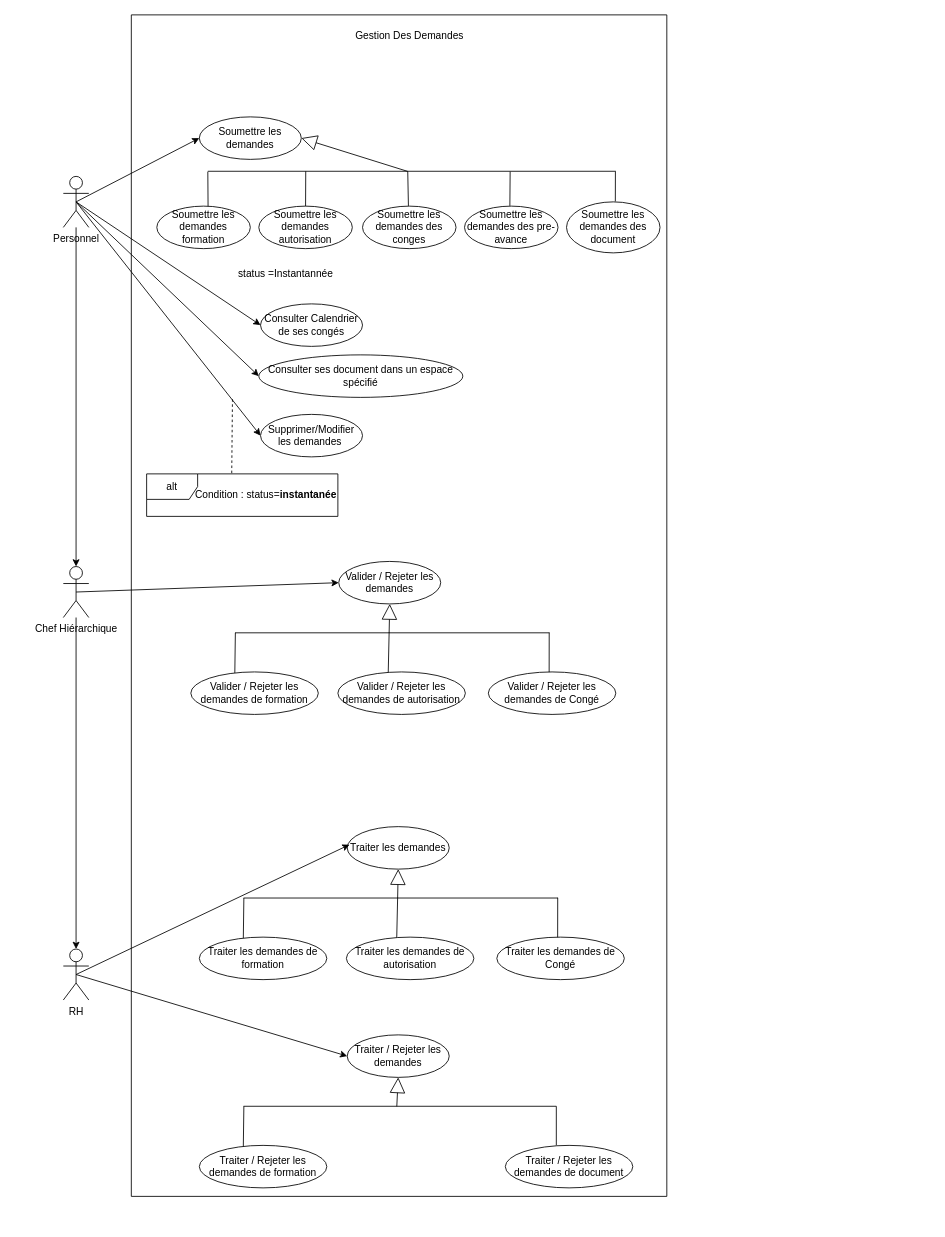
Earlier version of the draw.io diagram use-case-s2.drawio (PORTAIL-RH/Portail-RH-Mobile). Source tidied: cells renumbered, new cells numbered last; positions are measured from the earlier drawing's top-left corner, leaving out a move shared by most shapes. Both pictures are drawn from the tidied source at 85%, with x=0, y=0 at pixel (63, 14).
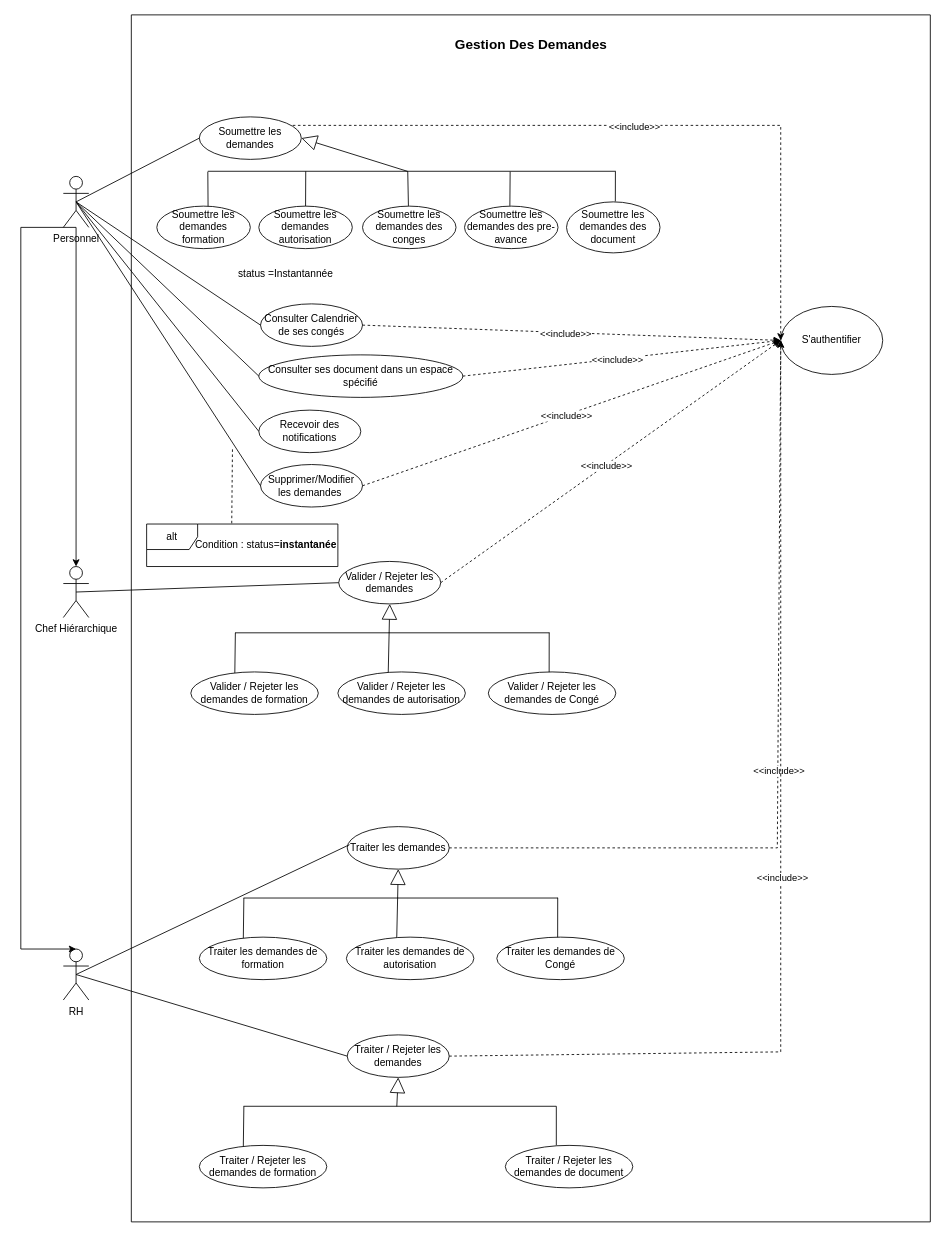
The same diagram, later.

Commit message:
Mettre à jour use-case-s2.drawio

Unchanged cells that the change refers to:
```xml
<mxCell id="9" value="Soumettre les demandes" style="ellipse;whiteSpace=wrap;html=1;" parent="2" vertex="1">
  <mxGeometry x="80" y="120" width="120" height="50" as="geometry" />
</mxCell>
<mxCell id="22" value="Valider / Rejeter les demandes" style="ellipse;whiteSpace=wrap;html=1;" parent="2" vertex="1">
  <mxGeometry x="244" y="643" width="120" height="50" as="geometry" />
</mxCell>
<mxCell id="31" value="Traiter les demandes" style="ellipse;whiteSpace=wrap;html=1;" parent="2" vertex="1">
  <mxGeometry x="254" y="955" width="120" height="50" as="geometry" />
</mxCell>
<mxCell id="40" value="Traiter / Rejeter les demandes" style="ellipse;whiteSpace=wrap;html=1;" parent="2" vertex="1">
  <mxGeometry x="254" y="1200" width="120" height="50" as="geometry" />
</mxCell>
<mxCell id="47" value="Consulter ses document dans un espace spécifié" style="ellipse;whiteSpace=wrap;html=1;" parent="2" vertex="1">
  <mxGeometry x="150" y="400" width="240" height="50" as="geometry" />
</mxCell>
<mxCell id="48" value="Consulter Calendrier de ses congés" style="ellipse;whiteSpace=wrap;html=1;" parent="2" vertex="1">
  <mxGeometry x="152" y="340" width="120" height="50" as="geometry" />
</mxCell>
<mxCell id="49" value="Personnel" style="shape=umlActor;verticalLabelPosition=bottom;verticalAlign=top;html=1;outlineConnect=0;" parent="1" vertex="1">
  <mxGeometry y="190" width="30" height="60" as="geometry" />
</mxCell>
<mxCell id="50" value="Chef Hiérarchique" style="shape=umlActor;verticalLabelPosition=bottom;verticalAlign=top;html=1;outlineConnect=0;" parent="1" vertex="1">
  <mxGeometry y="649" width="30" height="60" as="geometry" />
</mxCell>
<mxCell id="51" value="RH" style="shape=umlActor;verticalLabelPosition=bottom;verticalAlign=top;html=1;outlineConnect=0;" parent="1" vertex="1">
  <mxGeometry y="1099" width="30" height="60" as="geometry" />
</mxCell>
```

What changed in the source:
```diff
@@
     <mxCell id="2" style="swimlane;startSize=0;" parent="1" vertex="1">
-      <mxGeometry x="80" width="630" height="1390" as="geometry" />
+      <mxGeometry x="80" width="940" height="1420" as="geometry" />
     </mxCell>
-    <mxCell id="3" value="Gestion Des Demandes" style="text;html=1;align=center;verticalAlign=middle;strokeColor=none;fillColor=none;" parent="2" vertex="1">
-      <mxGeometry x="252" y="10" width="150" height="30" as="geometry" />
+    <mxCell id="3" value="Gestion Des Demandes" style="text;html=1;align=center;verticalAlign=middle;strokeColor=none;fillColor=none;fontStyle=1;fontSize=16;" parent="2" vertex="1">
+      <mxGeometry x="375" y="20" width="190" height="30" as="geometry" />
     </mxCell>
@@
     <mxCell id="17" value="Supprimer/Modifier les demandes&amp;nbsp;" style="ellipse;whiteSpace=wrap;html=1;" parent="2" vertex="1">
-      <mxGeometry x="152" y="470" width="120" height="50" as="geometry" />
+      <mxGeometry x="152" y="529" width="120" height="50" as="geometry" />
     </mxCell>
     <mxCell id="18" value="alt" style="shape=umlFrame;whiteSpace=wrap;html=1;" parent="2" vertex="1">
-      <mxGeometry x="18" y="540" width="225" height="50" as="geometry" />
+      <mxGeometry x="18" y="599" width="225" height="50" as="geometry" />
     </mxCell>
@@
     <mxCell id="20" value="Condition : status=&lt;strong&gt;instantanée&lt;/strong&gt;" style="text;html=1;align=center;verticalAlign=middle;strokeColor=none;fillColor=none;" parent="2" vertex="1">
-      <mxGeometry x="62.5" y="550" width="190" height="30" as="geometry" />
+      <mxGeometry x="62.5" y="609" width="190" height="30" as="geometry" />
     </mxCell>
     <mxCell id="21" style="endArrow=none;dashed=1;html=1;rounded=0;exitX=0.445;exitY=-0.017;exitDx=0;exitDy=0;exitPerimeter=0;" parent="2" edge="1" source="18">
       <mxGeometry relative="1" as="geometry">
-        <mxPoint x="119" y="450" as="targetPoint" />
+        <mxPoint x="119" y="509" as="targetPoint" />
       </mxGeometry>
     </mxCell>
@@
+    <mxCell id="61" value="S'authentifier" style="ellipse;whiteSpace=wrap;html=1;" parent="2" vertex="1">
+      <mxGeometry x="764" y="343" width="120" height="80" as="geometry" />
+    </mxCell>
+    <mxCell id="62" style="endArrow=classic;dashed=1;html=1;rounded=0;endFill=1;entryX=0;entryY=0.5;entryDx=0;entryDy=0;" parent="2" edge="1" target="61">
+      <mxGeometry relative="1" as="geometry">
+        <mxPoint x="190" y="130" as="sourcePoint" />
+        <Array as="points">
+          <mxPoint x="764" y="130" />
+        </Array>
+      </mxGeometry>
+    </mxCell>
+    <mxCell id="63" value="&amp;lt;&amp;lt;include&amp;gt;&amp;gt;" style="edgeLabel;html=1;align=center;verticalAlign=middle;" parent="62" vertex="1">
+      <mxGeometry x="-0.03" y="-1" relative="1" as="geometry" />
+    </mxCell>
+    <mxCell id="64" style="endArrow=classic;dashed=1;html=1;rounded=0;exitX=1;exitY=0.5;exitDx=0;exitDy=0;endFill=1;entryX=0;entryY=0.5;entryDx=0;entryDy=0;" parent="2" edge="1" source="48" target="61">
+      <mxGeometry relative="1" as="geometry" />
+    </mxCell>
+    <mxCell id="65" value="&amp;lt;&amp;lt;include&amp;gt;&amp;gt;" style="edgeLabel;html=1;align=center;verticalAlign=middle;" parent="64" vertex="1">
+      <mxGeometry x="-0.03" y="-1" relative="1" as="geometry" />
+    </mxCell>
+    <mxCell id="66" style="endArrow=classic;dashed=1;html=1;rounded=0;exitX=1;exitY=0.5;exitDx=0;exitDy=0;endFill=1;" parent="2" edge="1" source="47">
+      <mxGeometry relative="1" as="geometry">
+        <mxPoint x="764" y="383" as="targetPoint" />
+      </mxGeometry>
+    </mxCell>
+    <mxCell id="67" value="&amp;lt;&amp;lt;include&amp;gt;&amp;gt;" style="edgeLabel;html=1;align=center;verticalAlign=middle;" parent="66" vertex="1">
+      <mxGeometry x="-0.03" y="-1" relative="1" as="geometry" />
+    </mxCell>
+    <mxCell id="68" style="endArrow=classic;dashed=1;html=1;rounded=0;exitX=1;exitY=0.5;exitDx=0;exitDy=0;endFill=1;entryX=0;entryY=0.5;entryDx=0;entryDy=0;" parent="2" edge="1" source="17" target="61">
+      <mxGeometry relative="1" as="geometry" />
+    </mxCell>
+    <mxCell id="69" value="&amp;lt;&amp;lt;include&amp;gt;&amp;gt;" style="edgeLabel;html=1;align=center;verticalAlign=middle;" parent="68" vertex="1">
+      <mxGeometry x="-0.03" y="-1" relative="1" as="geometry" />
+    </mxCell>
+    <mxCell id="70" style="endArrow=classic;dashed=1;html=1;rounded=0;exitX=1;exitY=0.5;exitDx=0;exitDy=0;endFill=1;entryX=0;entryY=0.5;entryDx=0;entryDy=0;" parent="2" edge="1" source="22" target="61">
+      <mxGeometry relative="1" as="geometry" />
+    </mxCell>
+    <mxCell id="71" value="&amp;lt;&amp;lt;include&amp;gt;&amp;gt;" style="edgeLabel;html=1;align=center;verticalAlign=middle;" parent="70" vertex="1">
+      <mxGeometry x="-0.03" y="-1" relative="1" as="geometry" />
+    </mxCell>
+    <mxCell id="72" style="endArrow=classic;dashed=1;html=1;rounded=0;exitX=1;exitY=0.5;exitDx=0;exitDy=0;endFill=1;entryX=0;entryY=0.5;entryDx=0;entryDy=0;" parent="2" edge="1" source="31" target="61">
+      <mxGeometry relative="1" as="geometry">
+        <Array as="points">
+          <mxPoint x="760" y="980" />
+        </Array>
+      </mxGeometry>
+    </mxCell>
+    <mxCell id="73" value="&amp;lt;&amp;lt;include&amp;gt;&amp;gt;" style="edgeLabel;html=1;align=center;verticalAlign=middle;" parent="72" vertex="1">
+      <mxGeometry x="-0.03" y="-1" relative="1" as="geometry" />
+    </mxCell>
+    <mxCell id="74" style="endArrow=classic;dashed=1;html=1;rounded=0;exitX=1;exitY=0.5;exitDx=0;exitDy=0;endFill=1;entryX=0;entryY=0.5;entryDx=0;entryDy=0;" parent="2" edge="1" source="40" target="61">
+      <mxGeometry relative="1" as="geometry">
+        <Array as="points">
+          <mxPoint x="764" y="1220" />
+        </Array>
+      </mxGeometry>
+    </mxCell>
+    <mxCell id="75" value="&amp;lt;&amp;lt;include&amp;gt;&amp;gt;" style="edgeLabel;html=1;align=center;verticalAlign=middle;" parent="74" vertex="1">
+      <mxGeometry x="-0.03" y="-1" relative="1" as="geometry" />
+    </mxCell>
+    <mxCell id="76" value="Recevoir des notifications" style="ellipse;whiteSpace=wrap;html=1;" parent="2" vertex="1">
+      <mxGeometry x="150" y="465" width="120" height="50" as="geometry" />
+    </mxCell>
@@
-    <mxCell id="52" style="endArrow=classic;html=1;rounded=0;exitX=0.5;exitY=0.5;exitDx=0;exitDy=0;exitPerimeter=0;entryX=0;entryY=0.5;entryDx=0;entryDy=0;" parent="1" edge="1" source="49" target="9">
+    <mxCell id="52" style="endArrow=none;html=1;rounded=0;exitX=0.5;exitY=0.5;exitDx=0;exitDy=0;exitPerimeter=0;entryX=0;entryY=0.5;entryDx=0;entryDy=0;startFill=0;" parent="1" edge="1" source="49" target="9">
       <mxGeometry relative="1" as="geometry" />
     </mxCell>
-    <mxCell id="53" style="endArrow=classic;html=1;rounded=0;exitX=0.5;exitY=0.5;exitDx=0;exitDy=0;exitPerimeter=0;entryX=0;entryY=0.5;entryDx=0;entryDy=0;" parent="1" edge="1" source="49" target="17">
+    <mxCell id="53" style="endArrow=none;html=1;rounded=0;exitX=0.5;exitY=0.5;exitDx=0;exitDy=0;exitPerimeter=0;entryX=0;entryY=0.5;entryDx=0;entryDy=0;startFill=0;" parent="1" edge="1" source="49" target="17">
       <mxGeometry relative="1" as="geometry" />
     </mxCell>
@@
-    <mxCell id="55" style="endArrow=classic;html=1;rounded=0;entryX=0.5;entryY=0;entryDx=0;entryDy=0;entryPerimeter=0;" parent="1" edge="1" source="50" target="51">
-      <mxGeometry relative="1" as="geometry" />
+    <mxCell id="55" style="endArrow=classic;html=1;rounded=0;entryX=0.5;entryY=0;entryDx=0;entryDy=0;entryPerimeter=0;" parent="1" edge="1" target="51">
+      <mxGeometry relative="1" as="geometry">
+        <mxPoint x="15" y="250" as="sourcePoint" />
+        <Array as="points">
+          <mxPoint x="-50" y="250" />
+          <mxPoint x="-50" y="1099" />
+        </Array>
+      </mxGeometry>
     </mxCell>
-    <mxCell id="56" style="endArrow=classic;html=1;rounded=0;exitX=0.5;exitY=0.5;exitDx=0;exitDy=0;exitPerimeter=0;entryX=0;entryY=0.5;entryDx=0;entryDy=0;" parent="1" edge="1" source="50" target="22">
+    <mxCell id="56" style="endArrow=none;html=1;rounded=0;exitX=0.5;exitY=0.5;exitDx=0;exitDy=0;exitPerimeter=0;entryX=0;entryY=0.5;entryDx=0;entryDy=0;startFill=0;" parent="1" edge="1" source="50" target="22">
       <mxGeometry relative="1" as="geometry" />
     </mxCell>
-    <mxCell id="57" style="endArrow=classic;html=1;rounded=0;exitX=0.5;exitY=0.5;exitDx=0;exitDy=0;exitPerimeter=0;entryX=0.022;entryY=0.425;entryDx=0;entryDy=0;entryPerimeter=0;" parent="1" edge="1" source="51" target="31">
+    <mxCell id="57" style="endArrow=none;html=1;rounded=0;exitX=0.5;exitY=0.5;exitDx=0;exitDy=0;exitPerimeter=0;entryX=0.022;entryY=0.425;entryDx=0;entryDy=0;entryPerimeter=0;startFill=0;" parent="1" edge="1" source="51" target="31">
       <mxGeometry relative="1" as="geometry" />
     </mxCell>
-    <mxCell id="58" style="endArrow=classic;html=1;rounded=0;entryX=0;entryY=0.5;entryDx=0;entryDy=0;exitX=0.5;exitY=0.5;exitDx=0;exitDy=0;exitPerimeter=0;" parent="1" edge="1" source="51" target="40">
+    <mxCell id="58" style="endArrow=none;html=1;rounded=0;entryX=0;entryY=0.5;entryDx=0;entryDy=0;exitX=0.5;exitY=0.5;exitDx=0;exitDy=0;exitPerimeter=0;startFill=0;" parent="1" edge="1" source="51" target="40">
       <mxGeometry relative="1" as="geometry" />
     </mxCell>
-    <mxCell id="59" style="endArrow=classic;html=1;rounded=0;exitX=0.5;exitY=0.5;exitDx=0;exitDy=0;exitPerimeter=0;entryX=0;entryY=0.5;entryDx=0;entryDy=0;" parent="1" edge="1" source="49" target="47">
+    <mxCell id="59" style="endArrow=none;html=1;rounded=0;exitX=0.5;exitY=0.5;exitDx=0;exitDy=0;exitPerimeter=0;entryX=0;entryY=0.5;entryDx=0;entryDy=0;startFill=0;" parent="1" edge="1" source="49" target="47">
       <mxGeometry relative="1" as="geometry" />
     </mxCell>
-    <mxCell id="60" style="endArrow=classic;html=1;rounded=0;entryX=0;entryY=0.5;entryDx=0;entryDy=0;" parent="1" edge="1" target="48">
+    <mxCell id="60" style="endArrow=none;html=1;rounded=0;entryX=0;entryY=0.5;entryDx=0;entryDy=0;startFill=0;" parent="1" edge="1" target="48">
       <mxGeometry relative="1" as="geometry">
         <mxPoint x="15" y="220" as="sourcePoint" />
       </mxGeometry>
     </mxCell>
+    <mxCell id="77" style="endArrow=none;html=1;rounded=0;exitX=0.5;exitY=0.5;exitDx=0;exitDy=0;exitPerimeter=0;entryX=0;entryY=0.5;entryDx=0;entryDy=0;startFill=0;" parent="1" edge="1" source="49" target="76">
+      <mxGeometry relative="1" as="geometry" />
+    </mxCell>
```
